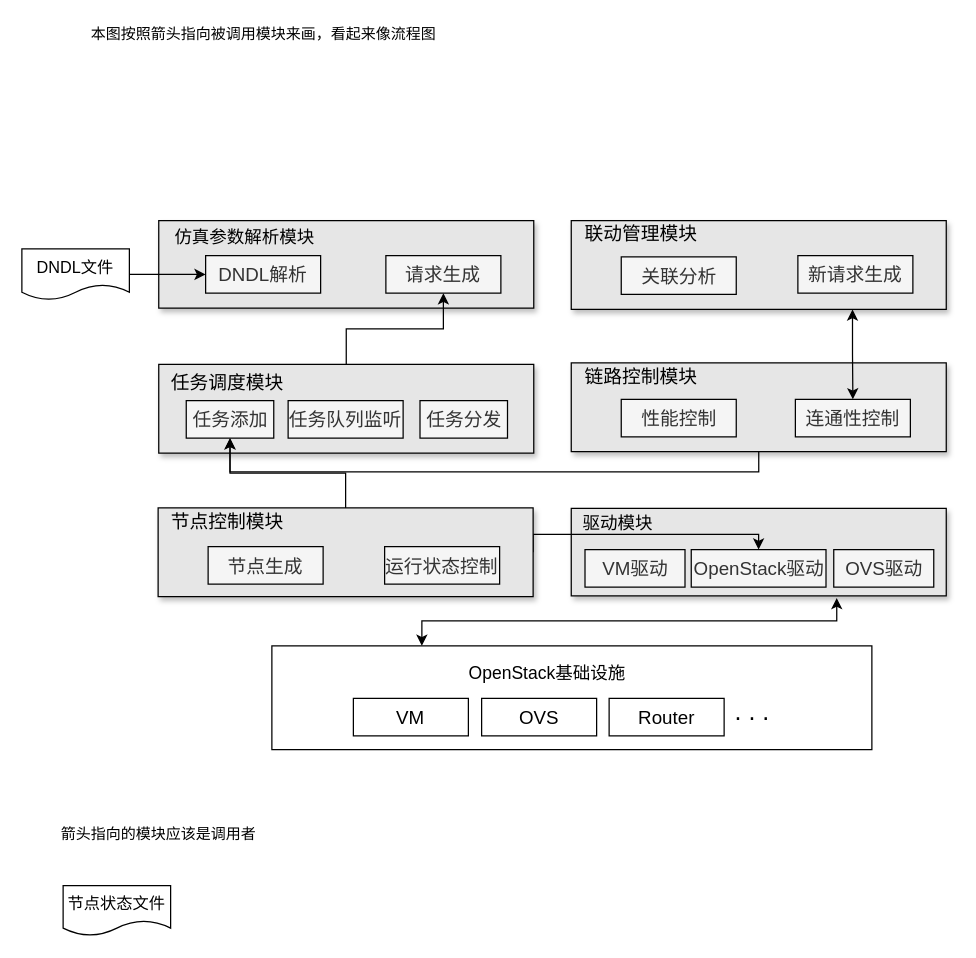
Before: page "renew4022_原型系统架构" (1 of 6) of 网络仿真系统.drawio in Icarus1994/neutron_conf, a draw.io diagram. Source tidied: cells renumbered, new cells numbered last; positions are measured from the earlier drawing's top-left corner, leaving out a move shared by most shapes. Both pictures are drawn from the tidied source at 125%, with x=0, y=0 at pixel (21, 21).
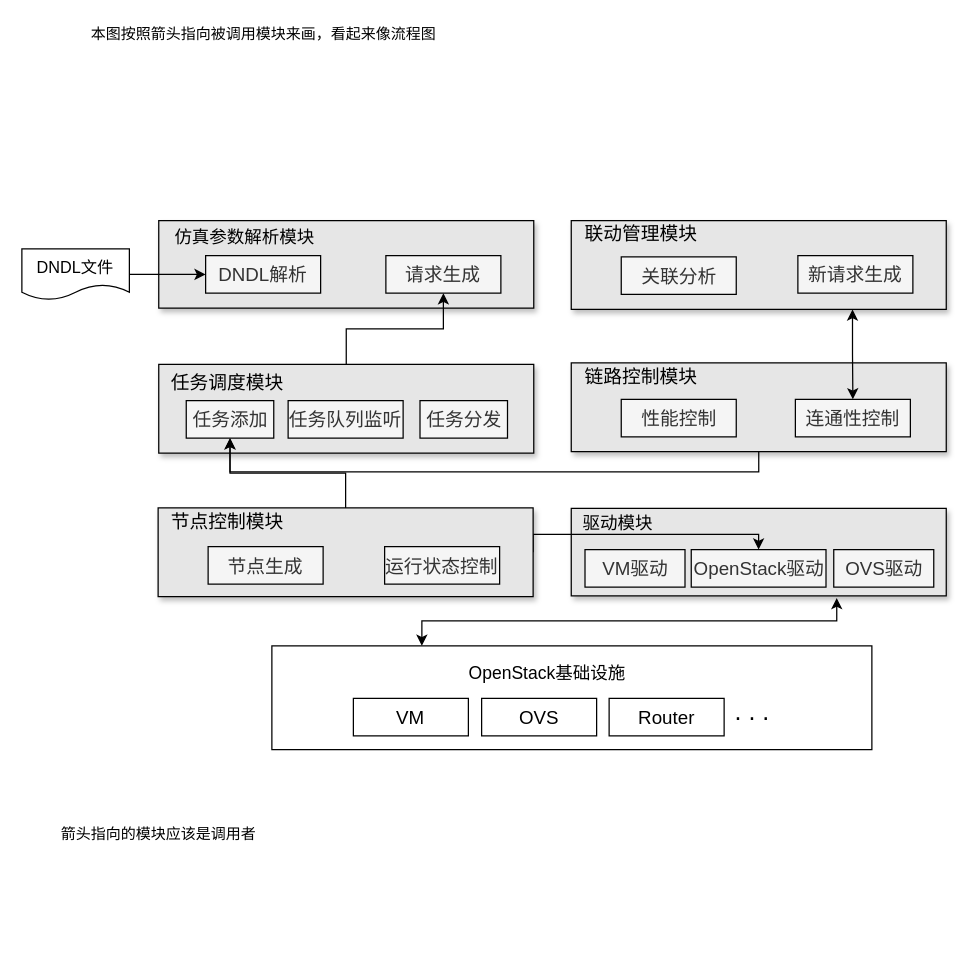
The same page after the edit.

Change to the diagram source:
```diff
@@
-    <mxCell id="15" value="节点状态文件" style="shape=document;whiteSpace=wrap;html=1;boundedLbl=1;fontSize=13;" parent="1" vertex="1">
-      <mxGeometry x="33" y="691" width="86" height="40" as="geometry" />
-    </mxCell>
```
